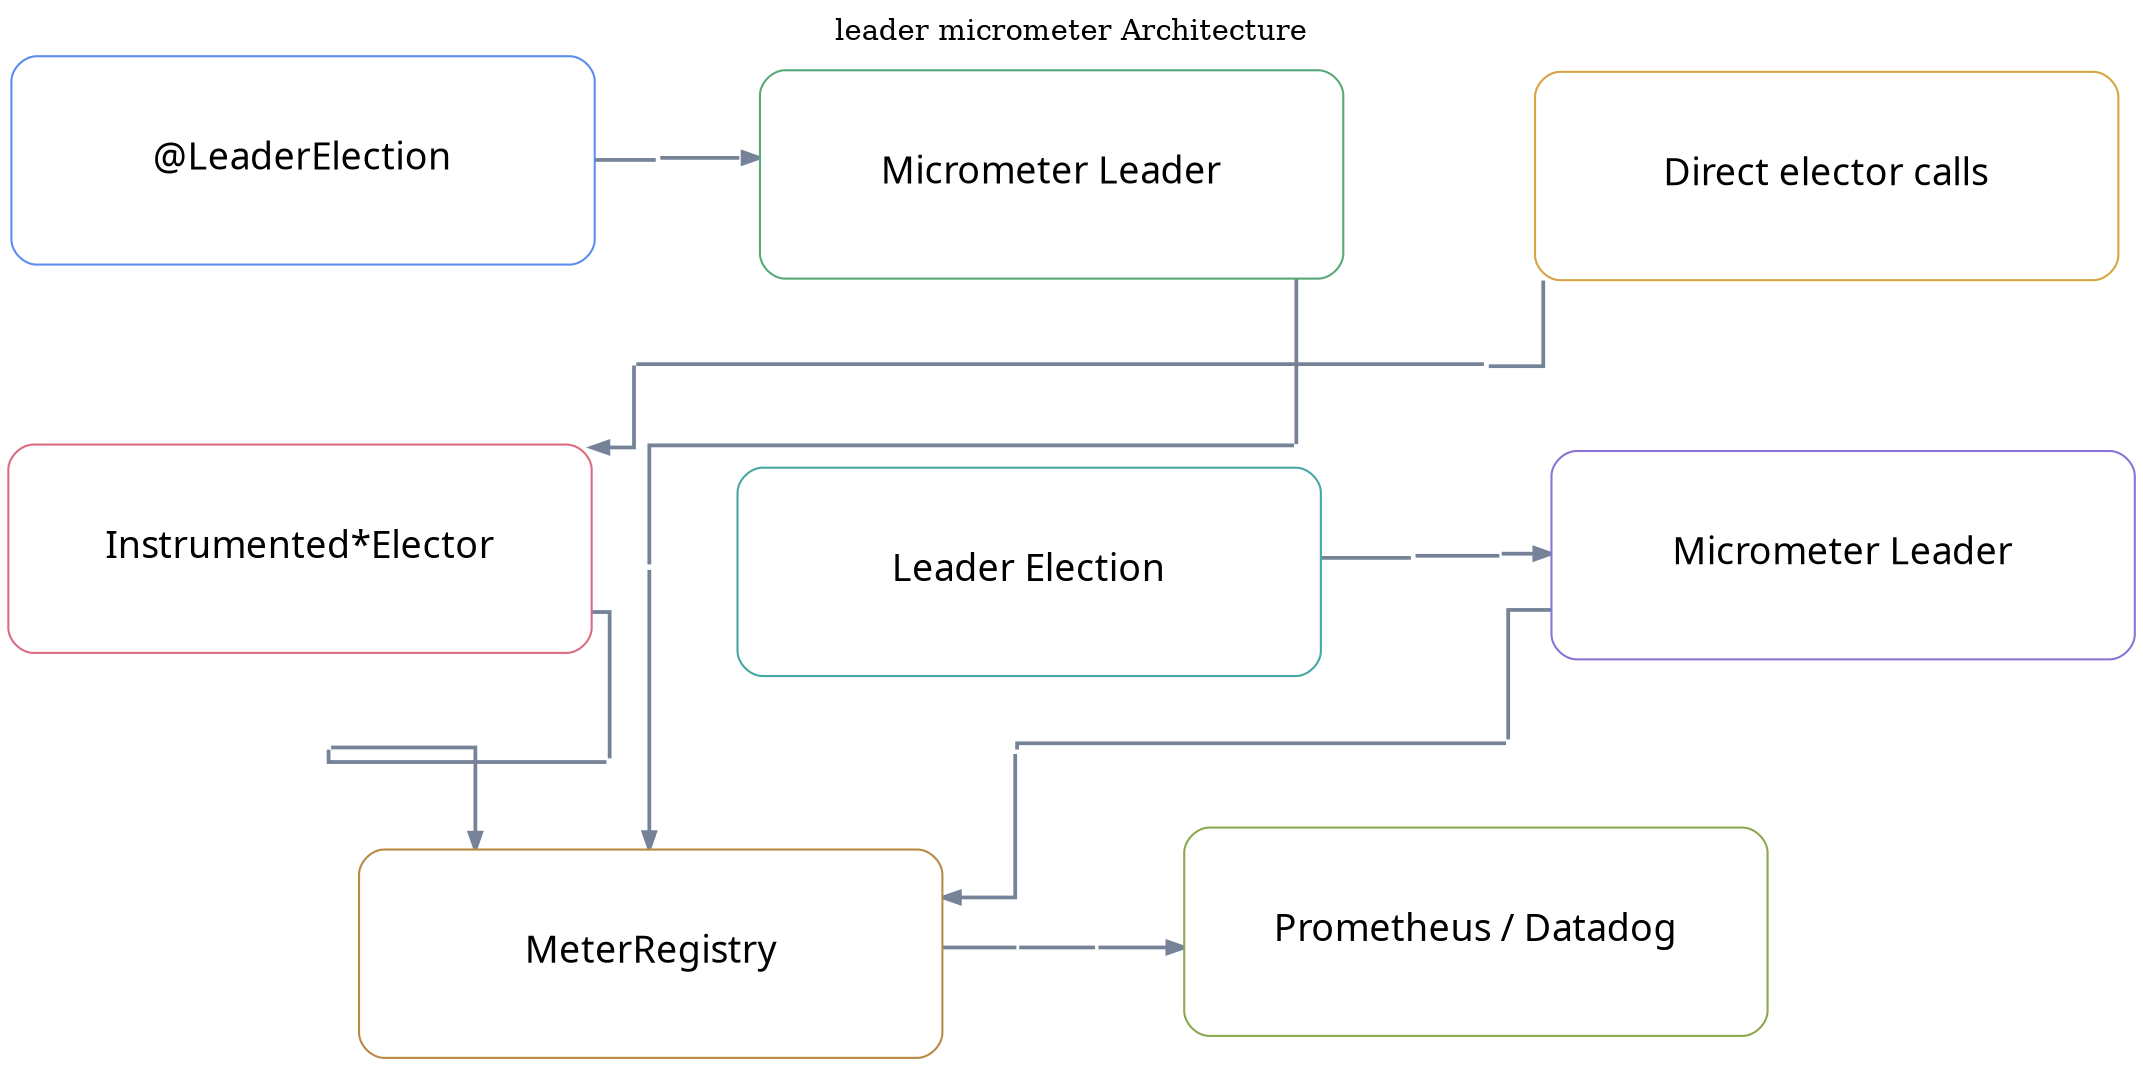
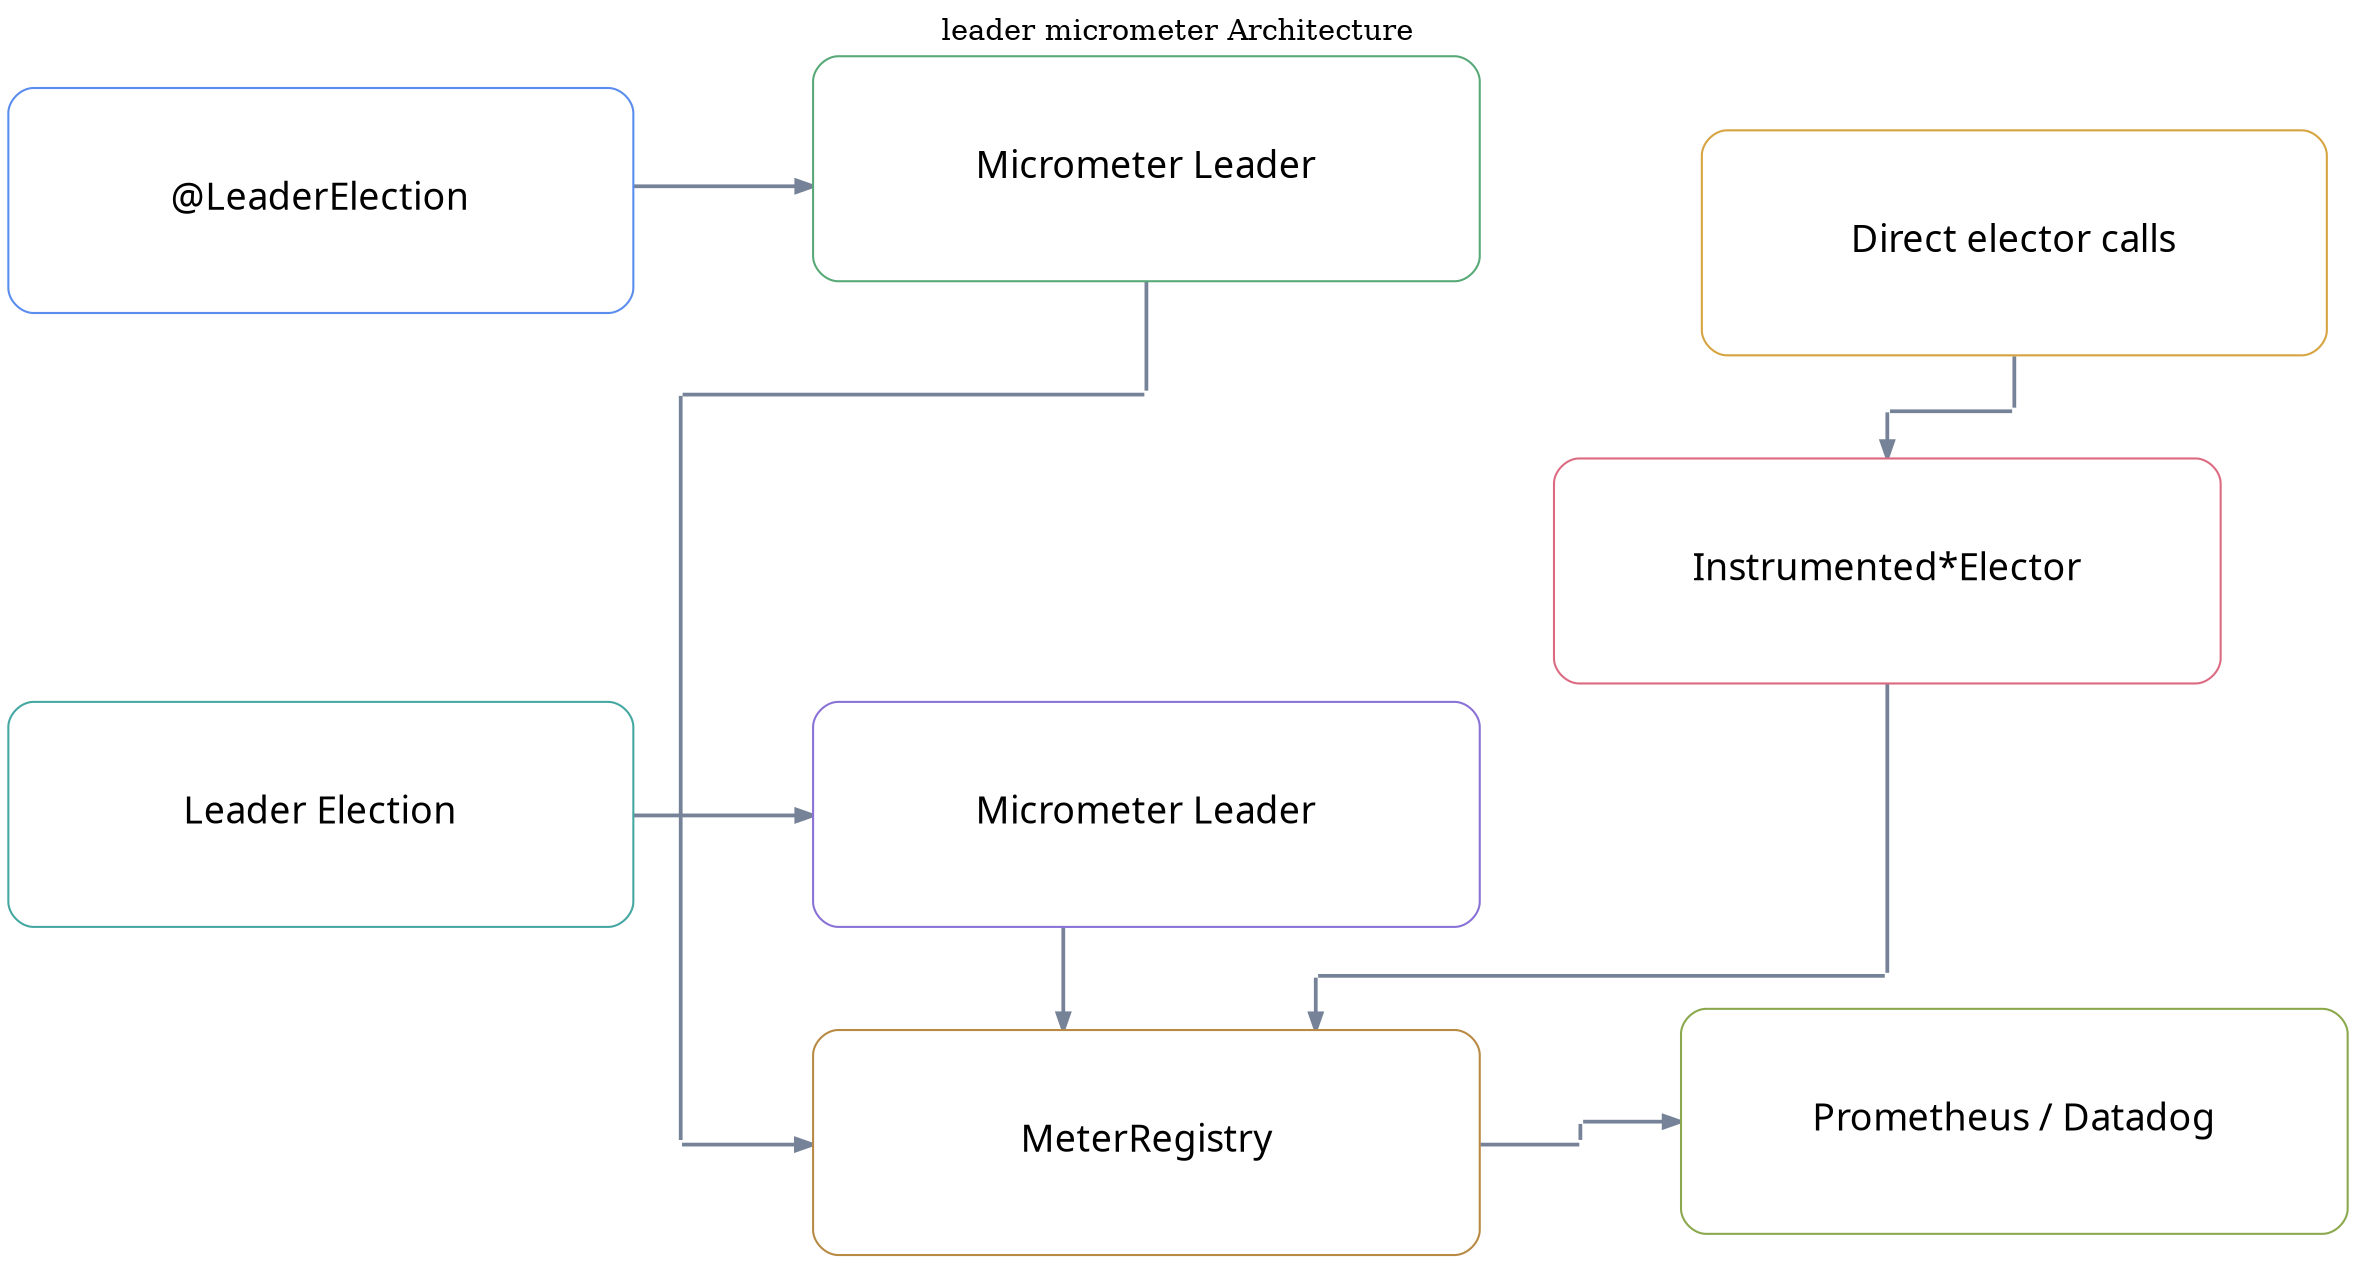
digraph "leader-micrometer-architecture-01" {
  graph [layout=neato, rankdir=LR, splines=ortho, overlap=false, outputorder=edgesfirst, nodesep=0.55, ranksep=0.75, bgcolor="transparent", label="leader micrometer Architecture", labelloc=t];
  node [shape=box, style="rounded,filled", fontname="Architects Daughter", fontsize=18, margin="0.16,0.10"];
  edge [color="#758297", penwidth=1.8, arrowsize=0.8, fontname="Comic Mono", fontsize=10];
-   n0 [label="@LeaderElection", fillcolor="#ffffff", color="#5B8DEF", width=3.89, height=1.39, pos="188.00,480.00!"];
-   n1 [label="Micrometer Leader", fillcolor="#ffffff", color="#58A978", width=3.89, height=1.39, pos="522.00,480.00!"];
-   n2 [label="Direct elector calls", fillcolor="#ffffff", color="#D6A441", width=3.89, height=1.39, pos="856.00,480.00!"];
-   n3 [label="Instrumented*Elector", fillcolor="#ffffff", color="#DC6B82", width=3.89, height=1.39, pos="188.00,314.00!"];
-   n4 [label="Leader Election", fillcolor="#ffffff", color="#45A7A1", width=3.89, height=1.39, pos="522.00,314.00!"];
-   n5 [label="Micrometer Leader", fillcolor="#ffffff", color="#8A72D6", width=3.89, height=1.39, pos="856.00,314.00!"];
-   n6 [label="MeterRegistry", fillcolor="#ffffff", color="#B88A44", width=3.89, height=1.39, pos="355.00,148.00!"];
-   n7 [label="Prometheus / Datadog", fillcolor="#ffffff", color="#8BA84D", width=3.89, height=1.39, pos="689.00,148.00!"];
-   r1p1 [label="", shape=point, width=0.03, height=0.03, fixedsize=true, style=invis, pos="505.00,148.00!"];
-   r1p2 [label="", shape=point, width=0.03, height=0.03, fixedsize=true, style=invis, pos="539.00,148.00!"];
-   n6 -> r1p1 [arrowhead=none];
-   r1p1 -> r1p2 [arrowhead=none];
-   r1p2 -> n7 [];
-   r2p1 [label="", shape=point, width=0.03, height=0.03, fixedsize=true, style=invis, pos="706.00,231.00!"];
-   r2p2 [label="", shape=point, width=0.03, height=0.03, fixedsize=true, style=invis, pos="505.00,231.00!"];
-   n5 -> r2p1 [arrowhead=none];
+   n0 [label="@LeaderElection", fillcolor="#ffffff", color="#5B8DEF", width=4.17, height=1.50, pos="220.00,499.00!"];
+   n1 [label="Micrometer Leader", fillcolor="#ffffff", color="#58A978", width=4.44, height=1.50, pos="610.00,514.00!"];
+   n2 [label="Direct elector calls", fillcolor="#ffffff", color="#D6A441", width=4.17, height=1.50, pos="1020.00,479.00!"];
+   n3 [label="Instrumented*Elector", fillcolor="#ffffff", color="#DC6B82", width=4.44, height=1.50, pos="960.00,324.00!"];
+   n4 [label="Leader Election", fillcolor="#ffffff", color="#45A7A1", width=4.17, height=1.50, pos="220.00,209.00!"];
+   n5 [label="Micrometer Leader", fillcolor="#ffffff", color="#8A72D6", width=4.44, height=1.50, pos="610.00,209.00!"];
+   n6 [label="MeterRegistry", fillcolor="#ffffff", color="#B88A44", width=4.44, height=1.50, pos="610.00,54.00!"];
+   n7 [label="Prometheus / Datadog", fillcolor="#ffffff", color="#8BA84D", width=4.44, height=1.50, pos="1020.00,64.00!"];
+   n0 -> n1 [];
+   r2p1 [label="", shape=point, width=0.03, height=0.03, fixedsize=true, style=invis, pos="1020.00,400.00!"];
+   r2p2 [label="", shape=point, width=0.03, height=0.03, fixedsize=true, style=invis, pos="960.00,400.00!"];
+   n2 -> r2p1 [arrowhead=none];
  r2p1 -> r2p2 [arrowhead=none];
-   r2p2 -> n6 [];
-   r3p1 [label="", shape=point, width=0.03, height=0.03, fixedsize=true, style=invis, pos="338.00,231.00!"];
-   r3p2 [label="", shape=point, width=0.03, height=0.03, fixedsize=true, style=invis, pos="205.00,231.00!"];
-   n3 -> r3p1 [arrowhead=none];
+   r2p2 -> n3 [];
+   r3p1 [label="", shape=point, width=0.03, height=0.03, fixedsize=true, style=invis, pos="610.00,408.00!"];
+   r3p2 [label="", shape=point, width=0.03, height=0.03, fixedsize=true, style=invis, pos="390.00,408.00!"];
+   r3p3 [label="", shape=point, width=0.03, height=0.03, fixedsize=true, style=invis, pos="390.00,54.00!"];
+   n1 -> r3p1 [arrowhead=none];
  r3p1 -> r3p2 [arrowhead=none];
-   r3p2 -> n6 [];
-   r4p1 [label="", shape=point, width=0.03, height=0.03, fixedsize=true, style=invis, pos="522.00,314.00!"];
-   r4p2 [label="", shape=point, width=0.03, height=0.03, fixedsize=true, style=invis, pos="355.00,314.00!"];
-   n1 -> r4p1 [arrowhead=none];
+   r3p2 -> r3p3 [arrowhead=none];
+   r3p3 -> n6 [];
+   r4p1 [label="", shape=point, width=0.03, height=0.03, fixedsize=true, style=invis, pos="960.00,133.00!"];
+   r4p2 [label="", shape=point, width=0.03, height=0.03, fixedsize=true, style=invis, pos="690.00,133.00!"];
+   n3 -> r4p1 [arrowhead=none];
  r4p1 -> r4p2 [arrowhead=none];
  r4p2 -> n6 [];
-   r5p1 [label="", shape=point, width=0.03, height=0.03, fixedsize=true, style=invis, pos="672.00,314.00!"];
-   r5p2 [label="", shape=point, width=0.03, height=0.03, fixedsize=true, style=invis, pos="706.00,314.00!"];
-   n4 -> r5p1 [arrowhead=none];
-   r5p1 -> r5p2 [arrowhead=none];
-   r5p2 -> n5 [];
-   r6p1 [label="", shape=point, width=0.03, height=0.03, fixedsize=true, style=invis, pos="706.00,397.00!"];
-   r6p2 [label="", shape=point, width=0.03, height=0.03, fixedsize=true, style=invis, pos="338.00,397.00!"];
-   n2 -> r6p1 [arrowhead=none];
-   r6p1 -> r6p2 [arrowhead=none];
-   r6p2 -> n3 [];
-   r7p1 [label="", shape=point, width=0.03, height=0.03, fixedsize=true, style=invis, pos="338.00,480.00!"];
-   r7p2 [label="", shape=point, width=0.03, height=0.03, fixedsize=true, style=invis, pos="372.00,480.00!"];
-   n0 -> r7p1 [arrowhead=none];
+   n4 -> n5 [];
+   n5 -> n6 [];
+   r7p1 [label="", shape=point, width=0.03, height=0.03, fixedsize=true, style=invis, pos="815.00,54.00!"];
+   r7p2 [label="", shape=point, width=0.03, height=0.03, fixedsize=true, style=invis, pos="815.00,64.00!"];
+   n6 -> r7p1 [arrowhead=none];
  r7p1 -> r7p2 [arrowhead=none];
-   r7p2 -> n1 [];
+   r7p2 -> n7 [];
}
